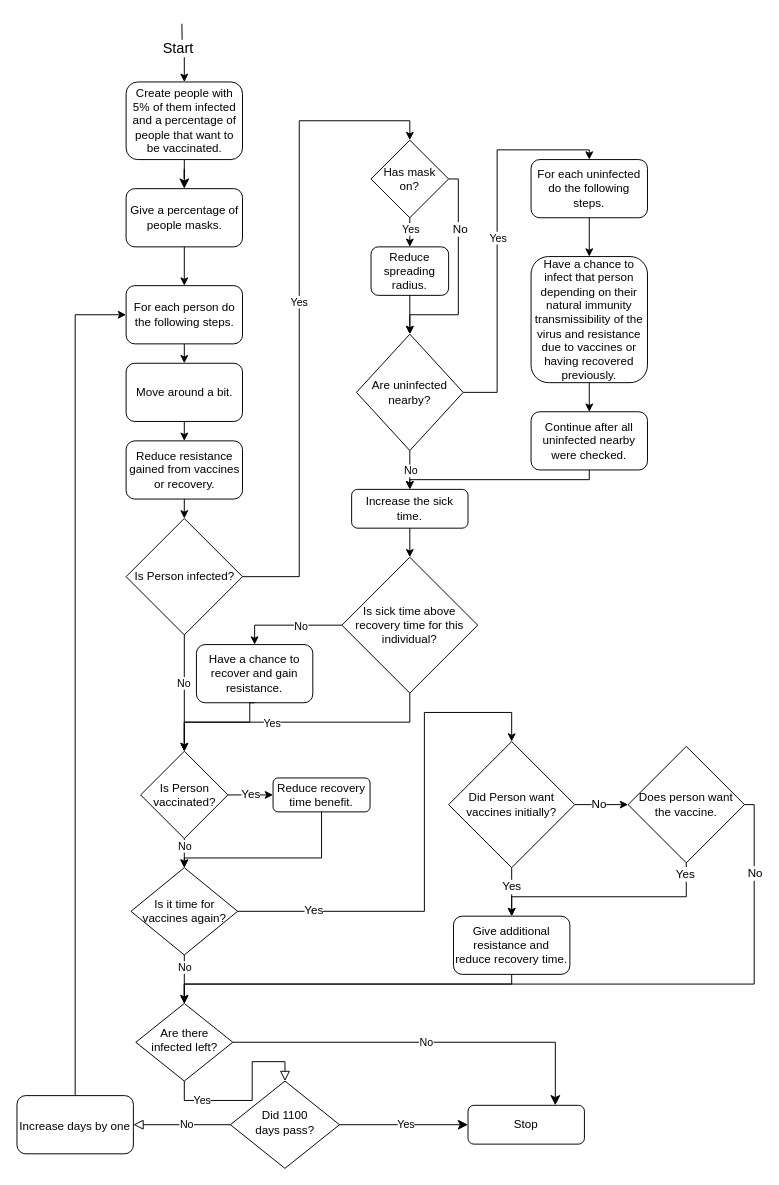
The draw.io diagram Model-Description.drawio in jojoscholzgmailcom/ATP_Final_Project, before the edit. Source tidied: cells renumbered, new cells numbered last; positions are measured from the earlier drawing's top-left corner, leaving out a move shared by most shapes. Both pictures are drawn from the tidied source at 97%, with x=0, y=0 at pixel (16, 23).
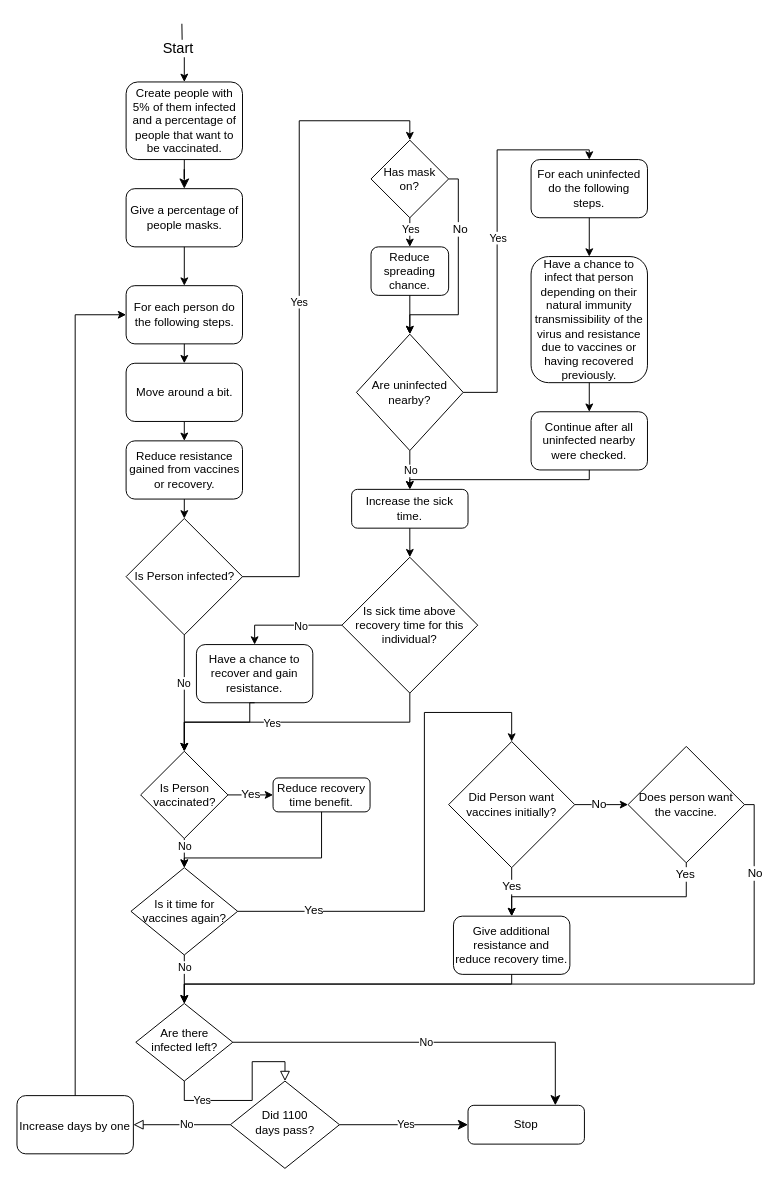
After the change.

Commit message:
Changed the flowchart a bit.

Change to the diagram source:
```diff
@@
-    <mxCell id="48" value="Reduce spreading radius." style="rounded=1;whiteSpace=wrap;html=1;fontSize=12;" parent="1" vertex="1">
+    <mxCell id="48" value="Reduce spreading chance." style="rounded=1;whiteSpace=wrap;html=1;fontSize=12;" parent="1" vertex="1">
       <mxGeometry x="365" y="230" width="80" height="50" as="geometry" />
     </mxCell>
```
